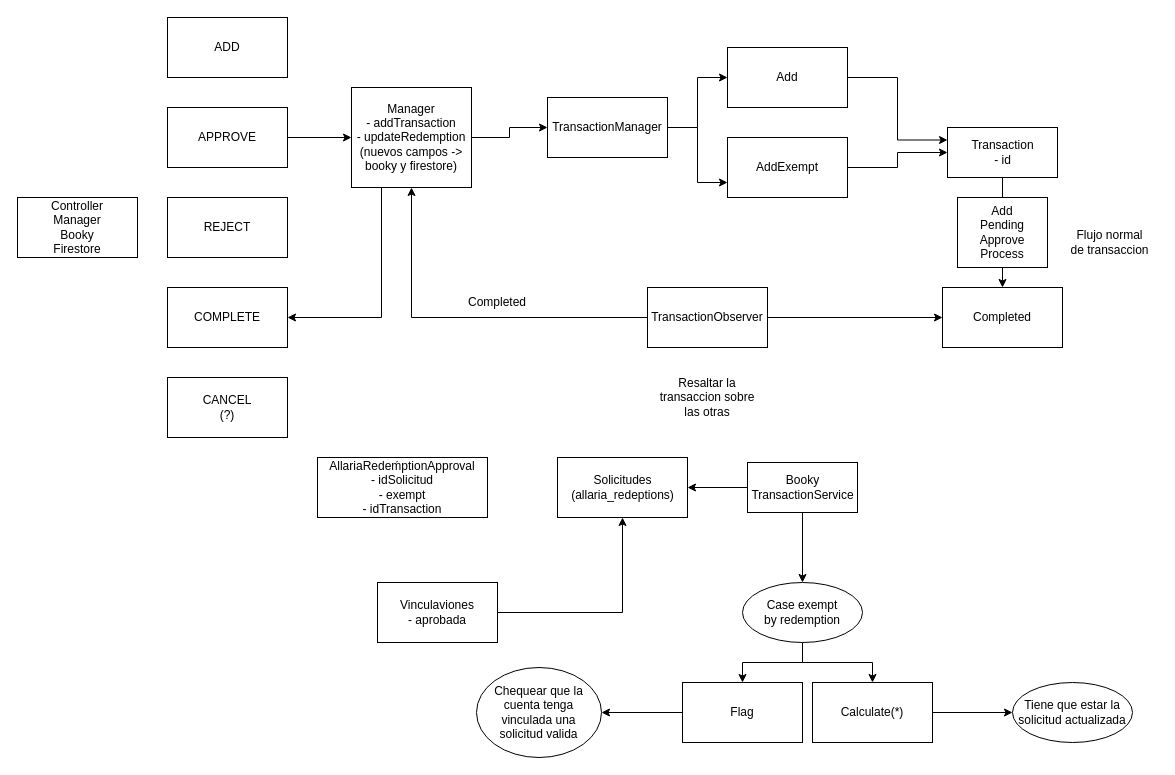
This is Untitled Diagram.drawio from jaimequispe241094/Proyecto_Agenda, a draw.io file, before an edit. Source tidied: cells renumbered, new cells numbered last; positions are measured from the earlier drawing's top-left corner, leaving out a move shared by most shapes. Both pictures are drawn from the tidied source at 100%, with x=0, y=0 at pixel (17, 17).
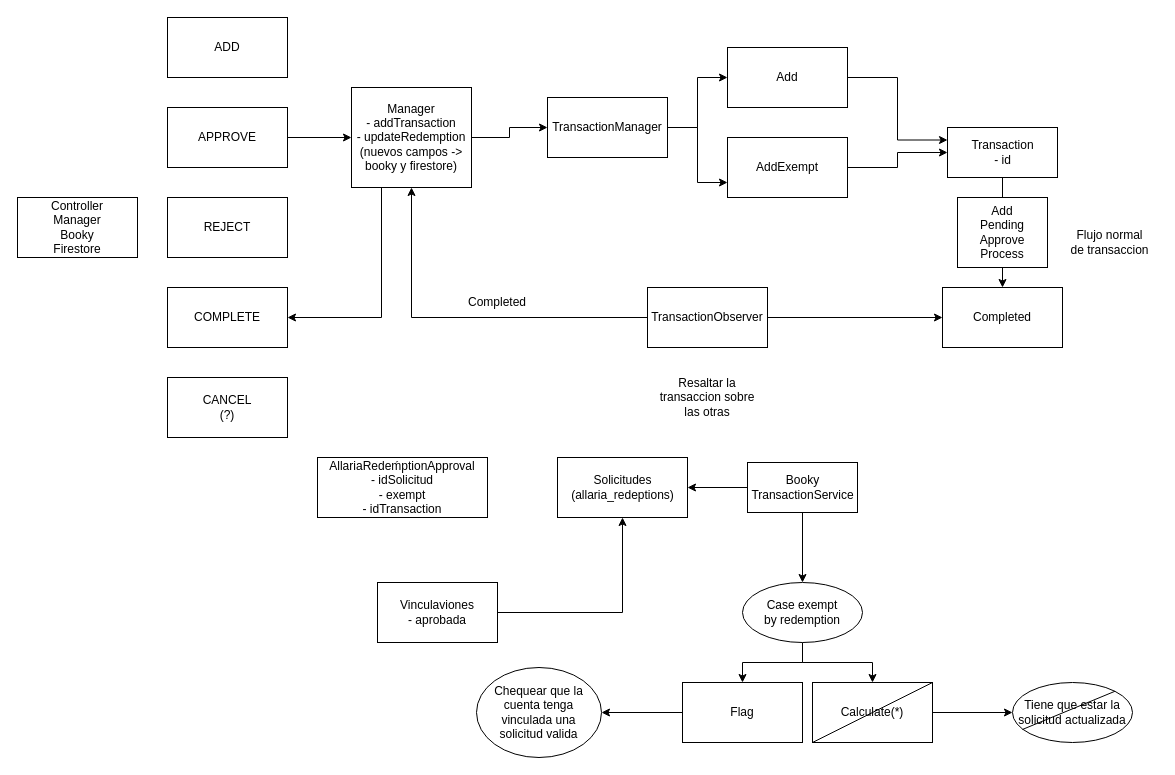
Above is the later version.

Unchanged cells that the change refers to:
```xml
<mxCell id="28" value="Calculate(*)" style="whiteSpace=wrap;html=1;" parent="1" vertex="1">
  <mxGeometry x="795" y="665" width="120" height="60" as="geometry" />
</mxCell>
<mxCell id="38" value="&lt;div&gt;Tiene que estar la &lt;br&gt;&lt;/div&gt;&lt;div&gt;solicitud actualizada&lt;/div&gt;" style="ellipse;whiteSpace=wrap;html=1;" parent="1" vertex="1">
  <mxGeometry x="995" y="665" width="120" height="60" as="geometry" />
</mxCell>
```

Diff of the diagram source:
```diff
@@
+    <mxCell id="45" style="endArrow=none;html=1;rounded=0;entryX=1;entryY=0;entryDx=0;entryDy=0;" parent="1" edge="1" target="28">
+      <mxGeometry relative="1" as="geometry">
+        <mxPoint x="795" y="725" as="sourcePoint" />
+      </mxGeometry>
+    </mxCell>
+    <mxCell id="46" style="endArrow=none;html=1;rounded=0;entryX=1;entryY=0;entryDx=0;entryDy=0;exitX=0.083;exitY=0.783;exitDx=0;exitDy=0;exitPerimeter=0;" parent="1" edge="1" source="38" target="38">
+      <mxGeometry relative="1" as="geometry" />
+    </mxCell>
```
